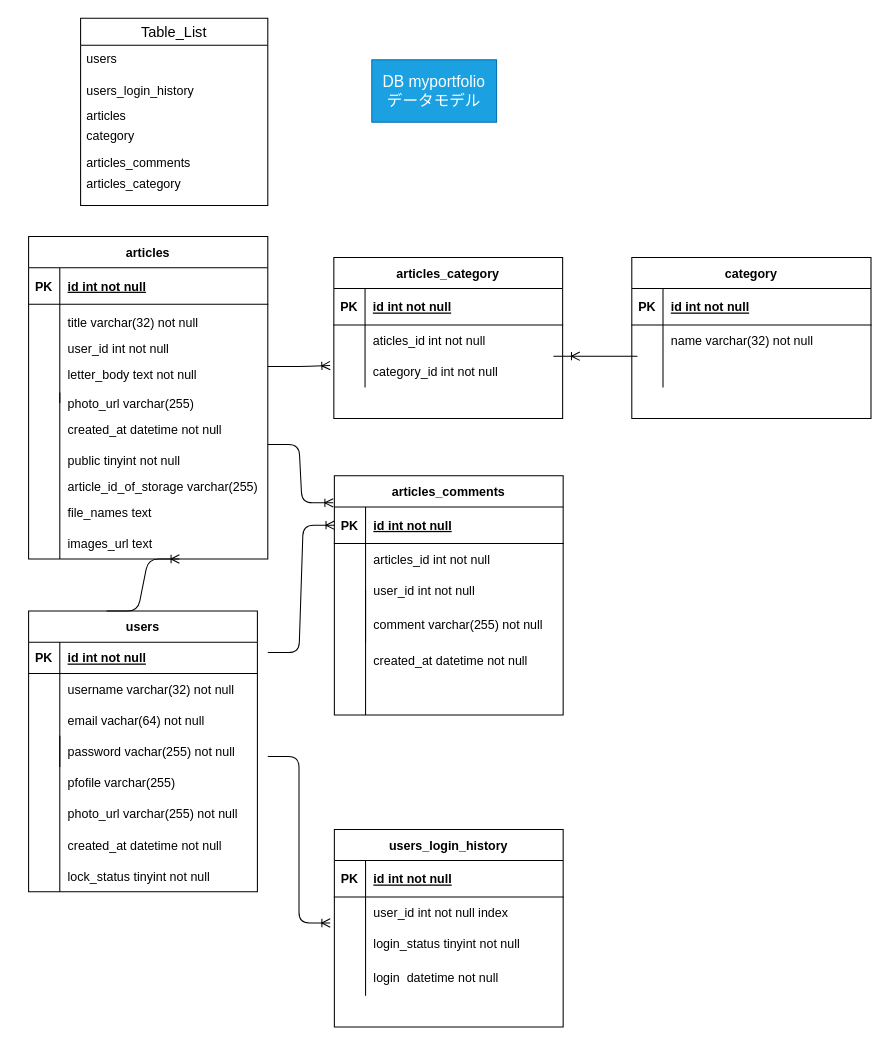
This is db.dio from hirohana/technologypost-backend, a draw.io file, before an edit. Source tidied: cells renumbered, new cells numbered last; positions are measured from the earlier drawing's top-left corner, leaving out a move shared by most shapes. Both pictures are drawn from the tidied source at 104%, with x=0, y=0 at pixel (18, 18).
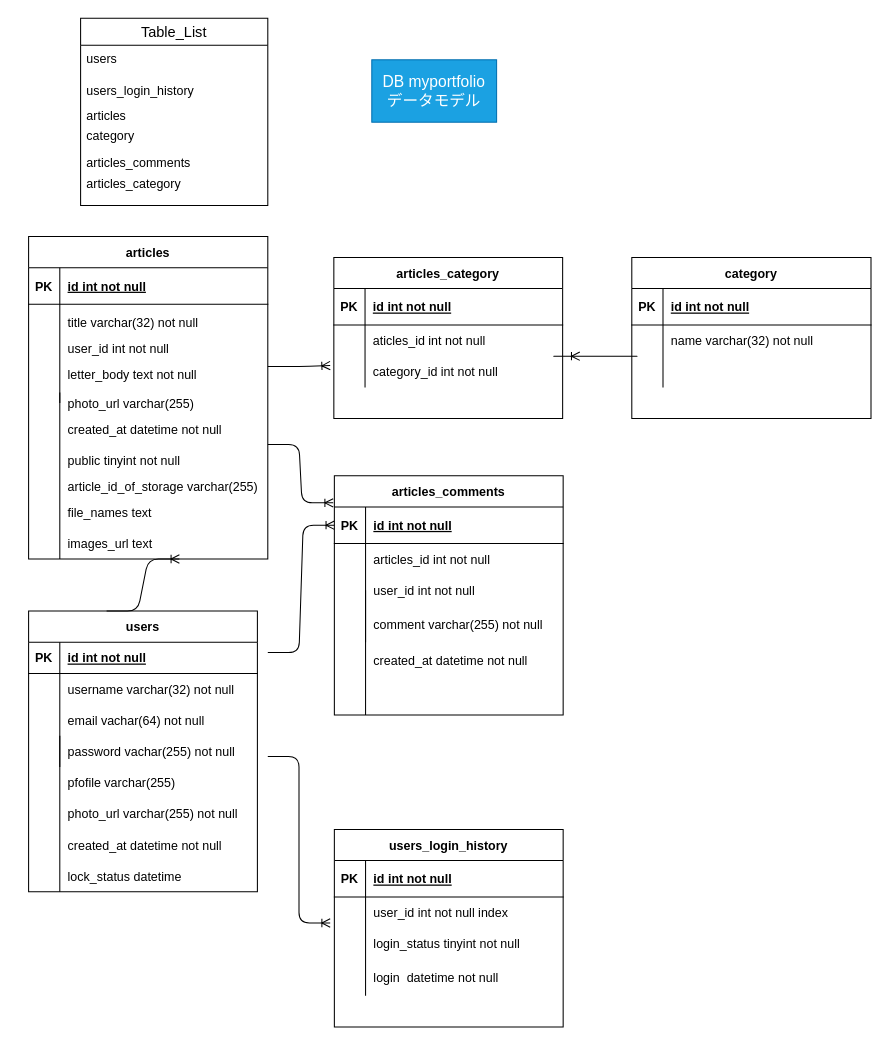
After the change.

The edit, as a diff of the source:
```diff
@@
-    <mxCell id="64" value="lock_status tinyint not null" style="shape=partialRectangle;fillColor=none;top=0;left=0;bottom=0;right=0;align=left;spacingLeft=6;overflow=hidden;" parent="1" vertex="1">
+    <mxCell id="64" value="lock_status datetime " style="shape=partialRectangle;fillColor=none;top=0;left=0;bottom=0;right=0;align=left;spacingLeft=6;overflow=hidden;" parent="1" vertex="1">
       <mxGeometry x="40" y="810" width="190" height="30" as="geometry" />
     </mxCell>
```
